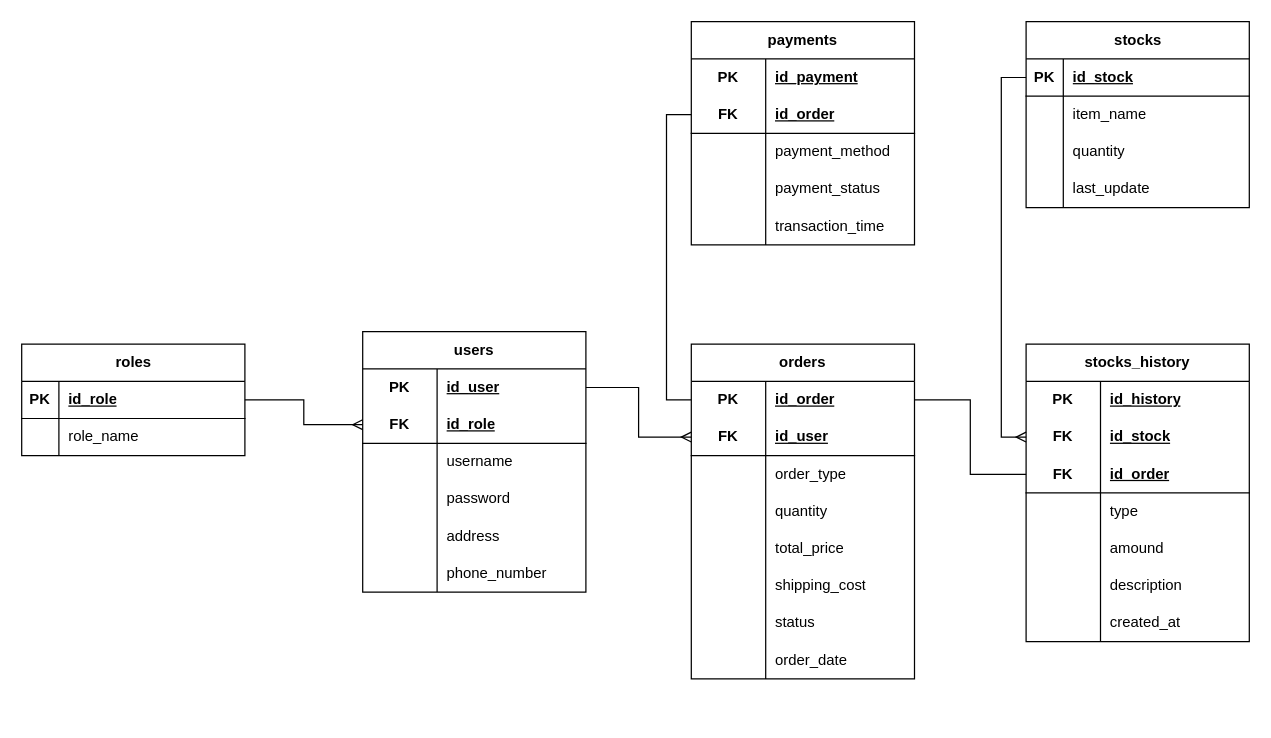
Ikram-Mughni/rbpl-depot-purnomo keeps this draw.io diagram as docsrs/desainDatabase/drawioDatabase.drawio. Above is the earlier version. Source tidied: cells renumbered, new cells numbered last; positions are measured from the earlier drawing's top-left corner, leaving out a move shared by most shapes. Both pictures are drawn from the tidied source at 124%, with x=0, y=0 at pixel (21, 21).
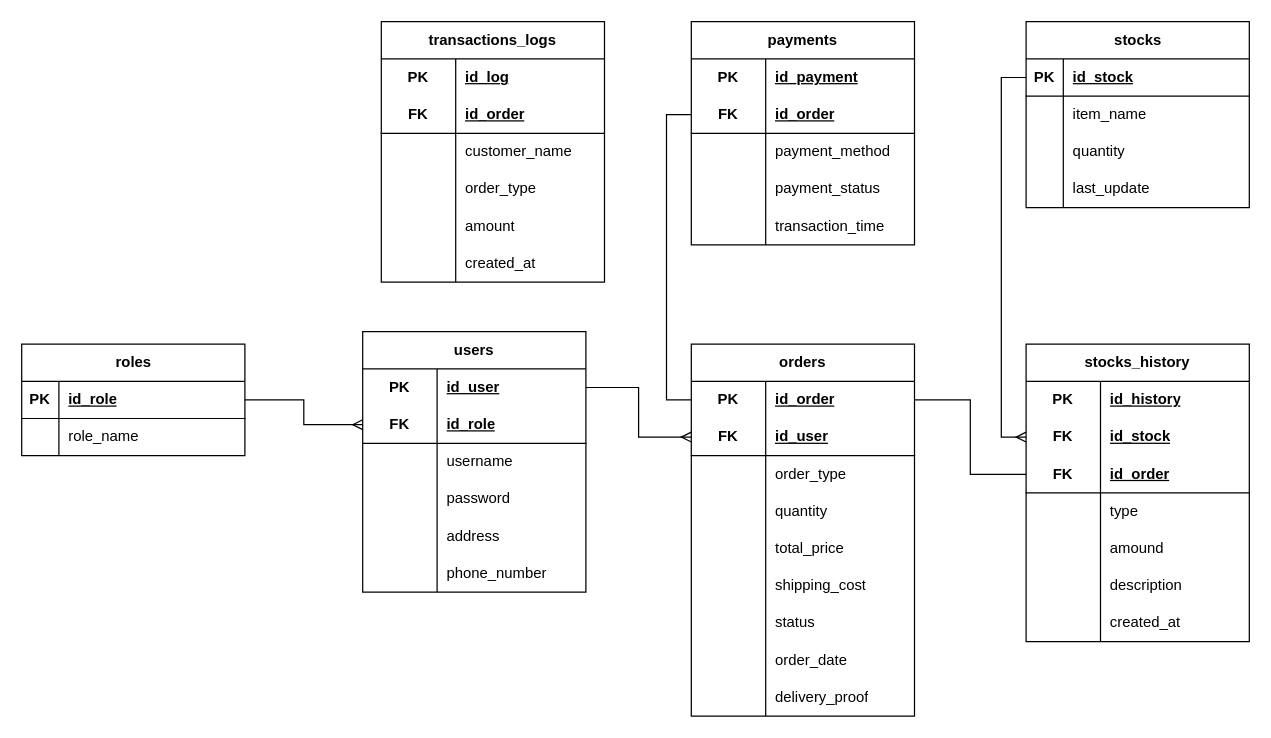
The same page after the edit.

The edit, as a diff of the source:
```diff
@@
     <mxCell id="29" value="orders" style="shape=table;startSize=30;childLayout=tableLayout;rowLines=0;fontStyle=1;align=center;html=1;whiteSpace=wrap;" parent="1" vertex="1">
-      <mxGeometry x="540" y="260" width="180" height="270" as="geometry" />
+      <mxGeometry x="540" y="260" width="180" height="300" as="geometry" />
     </mxCell>
@@
+    <mxCell id="109" style="shape=tableRow;horizontal=0;startSize=0;swimlaneHead=0;swimlaneBody=0;fillColor=none;top=0;left=0;right=0;bottom=0;html=1;" parent="29" vertex="1">
+      <mxGeometry y="270" width="180" height="30" as="geometry" />
+    </mxCell>
+    <mxCell id="110" style="shape=partialRectangle;fillColor=none;top=0;left=0;bottom=0;right=0;overflow=hidden;html=1;whiteSpace=wrap;" parent="109" vertex="1">
+      <mxGeometry width="60" height="30" as="geometry" />
+    </mxCell>
+    <mxCell id="111" value="delivery_proof" style="shape=partialRectangle;fillColor=none;top=0;left=0;bottom=0;right=0;align=left;spacingLeft=6;overflow=hidden;html=1;whiteSpace=wrap;" parent="109" vertex="1">
+      <mxGeometry x="60" width="120" height="30" as="geometry" />
+    </mxCell>
@@
+    <mxCell id="112" value="transactions_logs" style="shape=table;startSize=30;childLayout=tableLayout;rowLines=0;fontStyle=1;align=center;html=1;whiteSpace=wrap;" parent="1" vertex="1">
+      <mxGeometry x="290" width="180" height="210" as="geometry" />
+    </mxCell>
+    <mxCell id="113" style="shape=tableRow;horizontal=0;startSize=0;swimlaneHead=0;swimlaneBody=0;fillColor=none;top=0;left=0;right=0;bottom=0;html=1;" parent="112" vertex="1">
+      <mxGeometry y="30" width="180" height="30" as="geometry" />
+    </mxCell>
+    <mxCell id="114" value="PK" style="shape=partialRectangle;fillColor=none;top=0;left=0;bottom=0;right=0;fontStyle=1;overflow=hidden;html=1;whiteSpace=wrap;" parent="113" vertex="1">
+      <mxGeometry width="60" height="30" as="geometry" />
+    </mxCell>
+    <mxCell id="115" value="id_log" style="shape=partialRectangle;fillColor=none;top=0;left=0;bottom=0;right=0;align=left;spacingLeft=6;fontStyle=5;overflow=hidden;html=1;whiteSpace=wrap;" parent="113" vertex="1">
+      <mxGeometry x="60" width="120" height="30" as="geometry" />
+    </mxCell>
+    <mxCell id="116" style="shape=tableRow;horizontal=0;startSize=0;swimlaneHead=0;swimlaneBody=0;fillColor=none;top=0;left=0;right=0;bottom=1;html=1;" parent="112" vertex="1">
+      <mxGeometry y="60" width="180" height="30" as="geometry" />
+    </mxCell>
+    <mxCell id="117" value="FK" style="shape=partialRectangle;fillColor=none;top=0;left=0;bottom=0;right=0;fontStyle=1;overflow=hidden;html=1;whiteSpace=wrap;" parent="116" vertex="1">
+      <mxGeometry width="60" height="30" as="geometry" />
+    </mxCell>
+    <mxCell id="118" value="id_order" style="shape=partialRectangle;fillColor=none;top=0;left=0;bottom=0;right=0;align=left;spacingLeft=6;fontStyle=5;overflow=hidden;html=1;whiteSpace=wrap;" parent="116" vertex="1">
+      <mxGeometry x="60" width="120" height="30" as="geometry" />
+    </mxCell>
+    <mxCell id="119" style="shape=tableRow;horizontal=0;startSize=0;swimlaneHead=0;swimlaneBody=0;fillColor=none;top=0;left=0;right=0;bottom=0;html=1;" parent="112" vertex="1">
+      <mxGeometry y="90" width="180" height="30" as="geometry" />
+    </mxCell>
+    <mxCell id="120" style="shape=partialRectangle;fillColor=none;top=0;left=0;bottom=0;right=0;overflow=hidden;html=1;whiteSpace=wrap;" parent="119" vertex="1">
+      <mxGeometry width="60" height="30" as="geometry" />
+    </mxCell>
+    <mxCell id="121" value="customer_name" style="shape=partialRectangle;fillColor=none;top=0;left=0;bottom=0;right=0;align=left;spacingLeft=6;overflow=hidden;html=1;whiteSpace=wrap;" parent="119" vertex="1">
+      <mxGeometry x="60" width="120" height="30" as="geometry" />
+    </mxCell>
+    <mxCell id="122" style="shape=tableRow;horizontal=0;startSize=0;swimlaneHead=0;swimlaneBody=0;fillColor=none;top=0;left=0;right=0;bottom=0;html=1;" parent="112" vertex="1">
+      <mxGeometry y="120" width="180" height="30" as="geometry" />
+    </mxCell>
+    <mxCell id="123" style="shape=partialRectangle;fillColor=none;top=0;left=0;bottom=0;right=0;overflow=hidden;html=1;whiteSpace=wrap;" parent="122" vertex="1">
+      <mxGeometry width="60" height="30" as="geometry" />
+    </mxCell>
+    <mxCell id="124" value="order_type" style="shape=partialRectangle;fillColor=none;top=0;left=0;bottom=0;right=0;align=left;spacingLeft=6;overflow=hidden;html=1;whiteSpace=wrap;" parent="122" vertex="1">
+      <mxGeometry x="60" width="120" height="30" as="geometry" />
+    </mxCell>
+    <mxCell id="125" style="shape=tableRow;horizontal=0;startSize=0;swimlaneHead=0;swimlaneBody=0;fillColor=none;top=0;left=0;right=0;bottom=0;html=1;" parent="112" vertex="1">
+      <mxGeometry y="150" width="180" height="30" as="geometry" />
+    </mxCell>
+    <mxCell id="126" style="shape=partialRectangle;fillColor=none;top=0;left=0;bottom=0;right=0;overflow=hidden;html=1;whiteSpace=wrap;" parent="125" vertex="1">
+      <mxGeometry width="60" height="30" as="geometry" />
+    </mxCell>
+    <mxCell id="127" value="amount" style="shape=partialRectangle;fillColor=none;top=0;left=0;bottom=0;right=0;align=left;spacingLeft=6;overflow=hidden;html=1;whiteSpace=wrap;" parent="125" vertex="1">
+      <mxGeometry x="60" width="120" height="30" as="geometry" />
+    </mxCell>
+    <mxCell id="128" style="shape=tableRow;horizontal=0;startSize=0;swimlaneHead=0;swimlaneBody=0;fillColor=none;top=0;left=0;right=0;bottom=0;html=1;" parent="112" vertex="1">
+      <mxGeometry y="180" width="180" height="30" as="geometry" />
+    </mxCell>
+    <mxCell id="129" style="shape=partialRectangle;fillColor=none;top=0;left=0;bottom=0;right=0;overflow=hidden;html=1;whiteSpace=wrap;" parent="128" vertex="1">
+      <mxGeometry width="60" height="30" as="geometry" />
+    </mxCell>
+    <mxCell id="130" value="created_at" style="shape=partialRectangle;fillColor=none;top=0;left=0;bottom=0;right=0;align=left;spacingLeft=6;overflow=hidden;html=1;whiteSpace=wrap;" parent="128" vertex="1">
+      <mxGeometry x="60" width="120" height="30" as="geometry" />
+    </mxCell>
```
